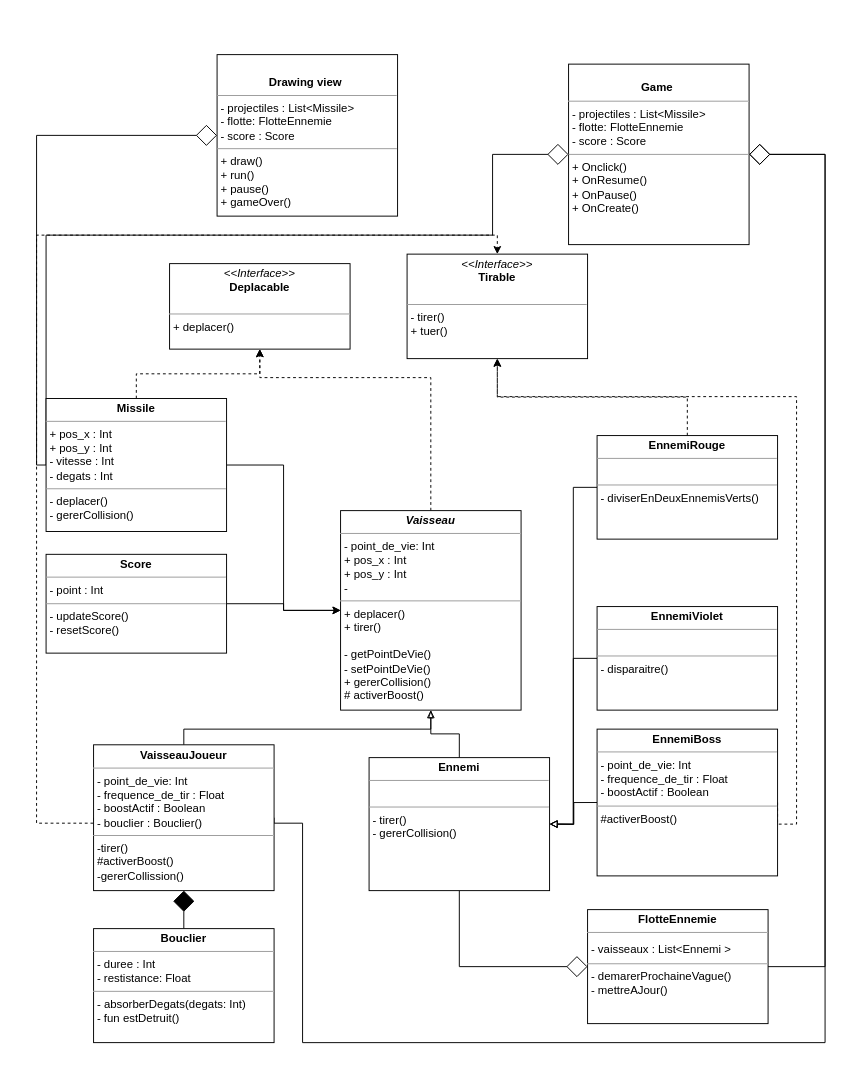
The draw.io diagram Diagramme sans nom.drawio in lwath125/INFO-H2001, before the edit. Source tidied: cells renumbered, new cells numbered last; positions are measured from the earlier drawing's top-left corner, leaving out a move shared by most shapes. Both pictures are drawn from the tidied source at 95%, with x=0, y=0 at pixel (36, 54).
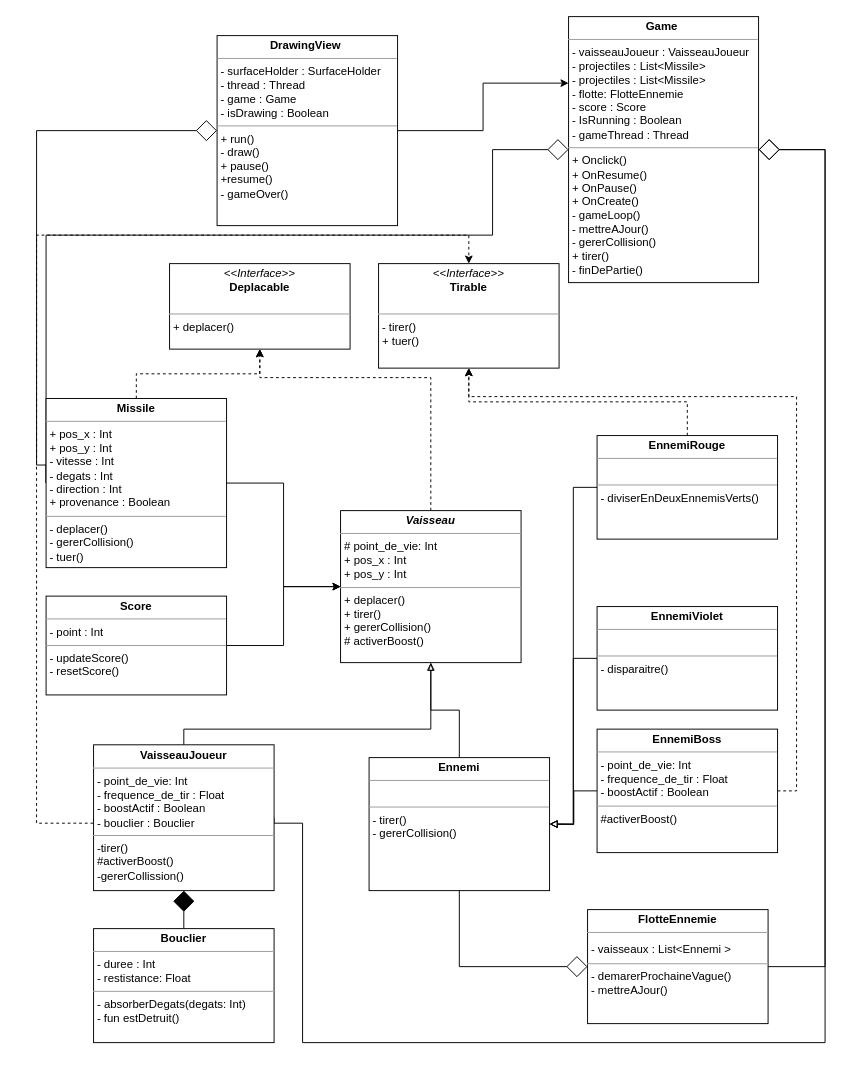
Above is the later version.

Commit message:
Mettre à jour Diagramme sans nom.drawio

The change refers to these unchanged cells:
```xml
<mxCell id="28" value="&lt;p style=&quot;margin:0px;margin-top:4px;text-align:center;&quot;&gt;&lt;b&gt;FlotteEnnemie&lt;/b&gt;&lt;/p&gt;&lt;hr size=&quot;1&quot;&gt;&lt;p style=&quot;margin:0px;margin-left:4px;&quot;&gt;- vaisseaux : List&amp;lt;Ennemi &amp;gt;&lt;span style=&quot;font-size: 12pt; text-indent: -18pt; text-wrap-mode: wrap; background-color: transparent; color: light-dark(rgb(0, 0, 0), rgb(255, 255, 255)); font-family: Symbol;&quot;&gt;&lt;span style=&quot;font-variant-numeric: normal; font-variant-east-asian: normal; font-variant-alternates: normal; font-size-adjust: none; font-kerning: auto; font-optical-sizing: auto; font-feature-settings: normal; font-variation-settings: normal; font-variant-position: normal; font-variant-emoji: normal; font-stretch: normal; font-size: 7pt; line-height: normal; font-family: &amp;quot;Times New Roman&amp;quot;;&quot;&gt;&amp;nbsp; &amp;nbsp; &amp;nbsp;&amp;nbsp;&lt;/span&gt;&lt;/span&gt;&lt;/p&gt;&lt;p style=&quot;margin: 0cm 0cm 0cm 108pt; font-size: 12pt; font-family: Aptos, sans-serif; text-wrap-mode: wrap; text-indent: -18pt;&quot; class=&quot;MsoListParagraph&quot;&gt;&lt;/p&gt;&lt;hr size=&quot;1&quot;&gt;&lt;p style=&quot;margin:0px;margin-left:4px;&quot;&gt;- demarerProchaineVague()&lt;/p&gt;&lt;p style=&quot;margin:0px;margin-left:4px;&quot;&gt;- mettreAJour()&lt;/p&gt;" style="verticalAlign=top;align=left;overflow=fill;fontSize=12;fontFamily=Helvetica;html=1;rounded=0;shadow=0;comic=0;labelBackgroundColor=none;strokeWidth=1;" parent="1" vertex="1">
  <mxGeometry x="580" y="900" width="190" height="120" as="geometry" />
</mxCell>
```

Diff of the diagram source:
```diff
@@
-    <mxCell id="6" value="&lt;p style=&quot;margin:0px;margin-top:4px;text-align:center;&quot;&gt;&lt;b&gt;&lt;i&gt;Vaisseau&lt;/i&gt;&lt;/b&gt;&lt;/p&gt;&lt;hr size=&quot;1&quot;&gt;&lt;p style=&quot;margin:0px;margin-left:4px;&quot;&gt;- point_de_vie: Int&lt;/p&gt;&lt;p style=&quot;margin:0px;margin-left:4px;&quot;&gt;+ pos_x : Int&lt;/p&gt;&lt;p style=&quot;margin:0px;margin-left:4px;&quot;&gt;+ pos_y : Int&lt;br&gt;&lt;/p&gt;&lt;p style=&quot;margin:0px;margin-left:4px;&quot;&gt;-&amp;nbsp;&lt;/p&gt;&lt;hr size=&quot;1&quot;&gt;&lt;p style=&quot;margin:0px;margin-left:4px;&quot;&gt;+ deplacer()&lt;/p&gt;&lt;p style=&quot;margin:0px;margin-left:4px;&quot;&gt;+ tirer()&lt;/p&gt;&lt;p style=&quot;margin:0px;margin-left:4px;&quot;&gt;&lt;br&gt;&lt;/p&gt;&lt;p style=&quot;margin:0px;margin-left:4px;&quot;&gt;- getPointDeVie()&lt;/p&gt;&lt;p style=&quot;margin:0px;margin-left:4px;&quot;&gt;- setPointDeVie()&lt;br&gt;+ gererCollision()&lt;/p&gt;&lt;p style=&quot;margin:0px;margin-left:4px;&quot;&gt;# activerBoost()&lt;/p&gt;" style="verticalAlign=top;align=left;overflow=fill;fontSize=12;fontFamily=Helvetica;html=1;rounded=0;shadow=0;comic=0;labelBackgroundColor=none;strokeWidth=1;" parent="1" vertex="1">
-      <mxGeometry x="320" y="480" width="190" height="210" as="geometry" />
+    <mxCell id="6" value="&lt;p style=&quot;margin:0px;margin-top:4px;text-align:center;&quot;&gt;&lt;b&gt;&lt;i&gt;Vaisseau&lt;/i&gt;&lt;/b&gt;&lt;/p&gt;&lt;hr size=&quot;1&quot;&gt;&lt;p style=&quot;margin:0px;margin-left:4px;&quot;&gt;# point_de_vie: Int&lt;/p&gt;&lt;p style=&quot;margin:0px;margin-left:4px;&quot;&gt;+ pos_x : Int&lt;/p&gt;&lt;p style=&quot;margin:0px;margin-left:4px;&quot;&gt;+ pos_y : Int&lt;/p&gt;&lt;hr size=&quot;1&quot;&gt;&lt;p style=&quot;margin:0px;margin-left:4px;&quot;&gt;+ deplacer()&lt;/p&gt;&lt;p style=&quot;margin:0px;margin-left:4px;&quot;&gt;+ tirer()&lt;/p&gt;&lt;p style=&quot;margin:0px;margin-left:4px;&quot;&gt;&lt;span style=&quot;background-color: transparent; color: light-dark(rgb(0, 0, 0), rgb(255, 255, 255));&quot;&gt;+ gererCollision()&lt;/span&gt;&lt;/p&gt;&lt;p style=&quot;margin:0px;margin-left:4px;&quot;&gt;# activerBoost()&lt;/p&gt;" style="verticalAlign=top;align=left;overflow=fill;fontSize=12;fontFamily=Helvetica;html=1;rounded=0;shadow=0;comic=0;labelBackgroundColor=none;strokeWidth=1;" parent="1" vertex="1">
+      <mxGeometry x="320" y="480" width="190" height="160" as="geometry" />
     </mxCell>
     <mxCell id="7" style="edgeStyle=orthogonalEdgeStyle;rounded=0;jettySize=auto;html=1;exitX=0;exitY=0.5;exitDx=0;exitDy=0;entryX=0.5;entryY=0;entryDx=0;entryDy=0;dashed=1;" parent="1" edge="1" source="10" target="11">
       <mxGeometry relative="1" as="geometry">
         <Array as="points">
+          <mxPoint x="60" y="809" />
           <mxPoint y="809" />
           <mxPoint y="190" />
-          <mxPoint x="485" y="190" />
+          <mxPoint x="455" y="190" />
         </Array>
       </mxGeometry>
     </mxCell>
     <mxCell id="8" style="edgeStyle=orthogonalEdgeStyle;rounded=0;jettySize=auto;html=1;exitX=1;exitY=0.5;exitDx=0;exitDy=0;entryX=1;entryY=0.5;entryDx=0;entryDy=0;endArrow=diamond;endFill=0;endSize=20;" parent="1" edge="1" source="10" target="12">
       <mxGeometry relative="1" as="geometry">
         <Array as="points">
+          <mxPoint x="250" y="809" />
           <mxPoint x="280" y="809" />
           <mxPoint x="280" y="1040" />
           <mxPoint x="830" y="1040" />
-          <mxPoint x="830" y="105" />
+          <mxPoint x="830" y="100" />
         </Array>
       </mxGeometry>
     </mxCell>
@@
-    <mxCell id="10" value="&lt;p style=&quot;margin:0px;margin-top:4px;text-align:center;&quot;&gt;&lt;b&gt;VaisseauJoueur&lt;/b&gt;&lt;/p&gt;&lt;hr size=&quot;1&quot;&gt;&lt;p style=&quot;margin:0px;margin-left:4px;&quot;&gt;- point_de_vie: Int&lt;br&gt;&lt;/p&gt;&lt;p style=&quot;margin:0px;margin-left:4px;&quot;&gt;- frequence_de_tir : Float&lt;/p&gt;&lt;p style=&quot;margin:0px;margin-left:4px;&quot;&gt;- boostActif : Boolean&lt;/p&gt;&lt;p style=&quot;margin:0px;margin-left:4px;&quot;&gt;- bouclier : Bouclier()&lt;/p&gt;&lt;hr size=&quot;1&quot;&gt;&lt;p style=&quot;margin:0px;margin-left:4px;&quot;&gt;-tirer()&lt;/p&gt;&lt;p style=&quot;margin:0px;margin-left:4px;&quot;&gt;#activerBoost()&lt;/p&gt;&lt;p style=&quot;margin:0px;margin-left:4px;&quot;&gt;-gererCollission()&lt;/p&gt;&lt;p style=&quot;margin:0px;margin-left:4px;&quot;&gt;&lt;br&gt;&lt;/p&gt;" style="verticalAlign=top;align=left;overflow=fill;fontSize=12;fontFamily=Helvetica;html=1;rounded=0;shadow=0;comic=0;labelBackgroundColor=none;strokeWidth=1;" parent="1" vertex="1">
+    <mxCell id="10" value="&lt;p style=&quot;margin:0px;margin-top:4px;text-align:center;&quot;&gt;&lt;b&gt;VaisseauJoueur&lt;/b&gt;&lt;/p&gt;&lt;hr size=&quot;1&quot;&gt;&lt;p style=&quot;margin:0px;margin-left:4px;&quot;&gt;- point_de_vie: Int&lt;br&gt;&lt;/p&gt;&lt;p style=&quot;margin:0px;margin-left:4px;&quot;&gt;- frequence_de_tir : Float&lt;/p&gt;&lt;p style=&quot;margin:0px;margin-left:4px;&quot;&gt;- boostActif : Boolean&lt;/p&gt;&lt;p style=&quot;margin:0px;margin-left:4px;&quot;&gt;- bouclier : Bouclier&lt;/p&gt;&lt;hr size=&quot;1&quot;&gt;&lt;p style=&quot;margin:0px;margin-left:4px;&quot;&gt;-tirer()&lt;/p&gt;&lt;p style=&quot;margin:0px;margin-left:4px;&quot;&gt;#activerBoost()&lt;/p&gt;&lt;p style=&quot;margin:0px;margin-left:4px;&quot;&gt;-gererCollission()&lt;/p&gt;&lt;p style=&quot;margin:0px;margin-left:4px;&quot;&gt;&lt;br&gt;&lt;/p&gt;" style="verticalAlign=top;align=left;overflow=fill;fontSize=12;fontFamily=Helvetica;html=1;rounded=0;shadow=0;comic=0;labelBackgroundColor=none;strokeWidth=1;" parent="1" vertex="1">
       <mxGeometry x="60" y="726.5" width="190" height="153.5" as="geometry" />
     </mxCell>
     <mxCell id="11" value="&lt;p style=&quot;margin:0px;margin-top:4px;text-align:center;&quot;&gt;&lt;i&gt;&amp;lt;&amp;lt;Interface&amp;gt;&amp;gt;&lt;/i&gt;&lt;br&gt;&lt;b&gt;Tirable&lt;/b&gt;&lt;/p&gt;&lt;p style=&quot;margin:0px;margin-left:4px;&quot;&gt;&lt;br&gt;&lt;/p&gt;&lt;hr size=&quot;1&quot;&gt;&lt;p style=&quot;margin:0px;margin-left:4px;&quot;&gt;- tirer()&lt;br&gt;+ tuer()&lt;/p&gt;" style="verticalAlign=top;align=left;overflow=fill;fontSize=12;fontFamily=Helvetica;html=1;rounded=0;shadow=0;comic=0;labelBackgroundColor=none;strokeWidth=1;" parent="1" vertex="1">
-      <mxGeometry x="390" y="210" width="190" height="110" as="geometry" />
+      <mxGeometry x="360" y="220" width="190" height="110" as="geometry" />
     </mxCell>
-    <mxCell id="12" value="&lt;p style=&quot;margin:0px;margin-top:4px;text-align:center;&quot;&gt;&lt;br&gt;&lt;b&gt;Game&amp;nbsp;&lt;/b&gt;&lt;/p&gt;&lt;hr size=&quot;1&quot;&gt;&lt;p style=&quot;margin:0px;margin-left:4px;&quot;&gt;- projectiles : List&amp;lt;Missile&amp;gt;&lt;br&gt;- flotte: FlotteEnnemie&lt;/p&gt;&lt;p style=&quot;margin:0px;margin-left:4px;&quot;&gt;- score : Score&lt;/p&gt;&lt;hr size=&quot;1&quot;&gt;&lt;p style=&quot;margin:0px;margin-left:4px;&quot;&gt;+ Onclick()&lt;/p&gt;&lt;p style=&quot;margin:0px;margin-left:4px;&quot;&gt;+ OnResume()&lt;/p&gt;&lt;p style=&quot;margin:0px;margin-left:4px;&quot;&gt;+ OnPause()&lt;/p&gt;&lt;p style=&quot;margin:0px;margin-left:4px;&quot;&gt;+ OnCreate()&lt;/p&gt;" style="verticalAlign=top;align=left;overflow=fill;fontSize=12;fontFamily=Helvetica;html=1;rounded=0;shadow=0;comic=0;labelBackgroundColor=none;strokeWidth=1;" parent="1" vertex="1">
-      <mxGeometry x="560" y="10" width="190" height="190" as="geometry" />
+    <mxCell id="12" value="&lt;p style=&quot;margin:0px;margin-top:4px;text-align:center;&quot;&gt;&lt;b&gt;Game&amp;nbsp;&lt;/b&gt;&lt;/p&gt;&lt;hr size=&quot;1&quot;&gt;&lt;p style=&quot;margin:0px;margin-left:4px;&quot;&gt;- vaisseauJoueur : VaisseauJoueur&lt;/p&gt;&lt;p style=&quot;margin:0px;margin-left:4px;&quot;&gt;- projectiles : List&amp;lt;Missile&amp;gt;&lt;/p&gt;&lt;p style=&quot;margin:0px;margin-left:4px;&quot;&gt;- projectiles : List&amp;lt;Missile&amp;gt;&lt;br&gt;- flotte: FlotteEnnemie&lt;/p&gt;&lt;p style=&quot;margin:0px;margin-left:4px;&quot;&gt;- score : Score&lt;/p&gt;&lt;p style=&quot;margin:0px;margin-left:4px;&quot;&gt;- IsRunning : Boolean&lt;/p&gt;&lt;p style=&quot;margin:0px;margin-left:4px;&quot;&gt;- gameThread : Thread&lt;/p&gt;&lt;hr size=&quot;1&quot;&gt;&lt;p style=&quot;margin:0px;margin-left:4px;&quot;&gt;+ Onclick()&lt;/p&gt;&lt;p style=&quot;margin:0px;margin-left:4px;&quot;&gt;+ OnResume()&lt;/p&gt;&lt;p style=&quot;margin:0px;margin-left:4px;&quot;&gt;+ OnPause()&lt;/p&gt;&lt;p style=&quot;margin:0px;margin-left:4px;&quot;&gt;+ OnCreate()&lt;/p&gt;&lt;p style=&quot;margin:0px;margin-left:4px;&quot;&gt;- gameLoop()&lt;/p&gt;&lt;p style=&quot;margin:0px;margin-left:4px;&quot;&gt;- mettreAJour()&lt;/p&gt;&lt;p style=&quot;margin:0px;margin-left:4px;&quot;&gt;- gererCollision()&lt;/p&gt;&lt;p style=&quot;margin:0px;margin-left:4px;&quot;&gt;+ tirer()&lt;/p&gt;&lt;p style=&quot;margin:0px;margin-left:4px;&quot;&gt;- finDePartie()&lt;/p&gt;" style="verticalAlign=top;align=left;overflow=fill;fontSize=12;fontFamily=Helvetica;html=1;rounded=0;shadow=0;comic=0;labelBackgroundColor=none;strokeWidth=1;" parent="1" vertex="1">
+      <mxGeometry x="560" y="-40" width="200" height="280" as="geometry" />
     </mxCell>
@@
     <mxCell id="16" style="edgeStyle=orthogonalEdgeStyle;rounded=0;jettySize=auto;html=1;exitX=0;exitY=0.5;exitDx=0;exitDy=0;entryX=0;entryY=0.5;entryDx=0;entryDy=0;endArrow=diamond;endFill=0;endSize=20;" parent="1" edge="1" source="18" target="33">
       <mxGeometry relative="1" as="geometry">
         <Array as="points">
+          <mxPoint x="10" y="432" />
           <mxPoint y="432" />
-          <mxPoint y="85" />
+          <mxPoint y="80" />
         </Array>
       </mxGeometry>
     </mxCell>
     <mxCell id="17" style="edgeStyle=orthogonalEdgeStyle;rounded=0;jettySize=auto;html=1;exitX=0;exitY=0.5;exitDx=0;exitDy=0;entryX=0;entryY=0.5;entryDx=0;entryDy=0;endArrow=diamond;endFill=0;endSize=20;" parent="1" edge="1" source="18" target="12">
       <mxGeometry relative="1" as="geometry">
         <Array as="points">
           <mxPoint x="10" y="190" />
           <mxPoint x="480" y="190" />
-          <mxPoint x="480" y="105" />
+          <mxPoint x="480" y="100" />
         </Array>
       </mxGeometry>
     </mxCell>
-    <mxCell id="18" value="&lt;p style=&quot;margin:0px;margin-top:4px;text-align:center;&quot;&gt;&lt;b&gt;Missile&lt;/b&gt;&lt;/p&gt;&lt;hr size=&quot;1&quot;&gt;&lt;p style=&quot;margin:0px;margin-left:4px;&quot;&gt;+ pos_x : Int&lt;br&gt;&lt;/p&gt;&lt;p style=&quot;margin:0px;margin-left:4px;&quot;&gt;+ pos_y : Int&lt;/p&gt;&lt;p style=&quot;margin:0px;margin-left:4px;&quot;&gt;- vitesse : Int&lt;/p&gt;&lt;p style=&quot;margin:0px;margin-left:4px;&quot;&gt;- degats : Int&lt;/p&gt;&lt;hr size=&quot;1&quot;&gt;&lt;p style=&quot;margin:0px;margin-left:4px;&quot;&gt;- deplacer()&lt;/p&gt;&lt;p style=&quot;margin:0px;margin-left:4px;&quot;&gt;- gererCollision()&lt;/p&gt;&lt;p style=&quot;margin:0px;margin-left:4px;&quot;&gt;&lt;br&gt;&lt;/p&gt;" style="verticalAlign=top;align=left;overflow=fill;fontSize=12;fontFamily=Helvetica;html=1;rounded=0;shadow=0;comic=0;labelBackgroundColor=none;strokeWidth=1;" parent="1" vertex="1">
-      <mxGeometry x="10" y="362" width="190" height="140" as="geometry" />
+    <mxCell id="18" value="&lt;p style=&quot;margin:0px;margin-top:4px;text-align:center;&quot;&gt;&lt;b&gt;Missile&lt;/b&gt;&lt;/p&gt;&lt;hr size=&quot;1&quot;&gt;&lt;p style=&quot;margin:0px;margin-left:4px;&quot;&gt;+ pos_x : Int&lt;br&gt;&lt;/p&gt;&lt;p style=&quot;margin:0px;margin-left:4px;&quot;&gt;+ pos_y : Int&lt;/p&gt;&lt;p style=&quot;margin:0px;margin-left:4px;&quot;&gt;- vitesse : Int&lt;/p&gt;&lt;p style=&quot;margin:0px;margin-left:4px;&quot;&gt;- degats : Int&lt;/p&gt;&lt;p style=&quot;margin:0px;margin-left:4px;&quot;&gt;- direction : Int&lt;/p&gt;&lt;p style=&quot;margin:0px;margin-left:4px;&quot;&gt;+ provenance : Boolean&lt;/p&gt;&lt;hr size=&quot;1&quot;&gt;&lt;p style=&quot;margin:0px;margin-left:4px;&quot;&gt;- deplacer()&lt;/p&gt;&lt;p style=&quot;margin:0px;margin-left:4px;&quot;&gt;- gererCollision()&lt;/p&gt;&lt;p style=&quot;margin:0px;margin-left:4px;&quot;&gt;- tuer()&lt;/p&gt;&lt;p style=&quot;margin:0px;margin-left:4px;&quot;&gt;&lt;br&gt;&lt;/p&gt;&lt;p style=&quot;margin:0px;margin-left:4px;&quot;&gt;&lt;br&gt;&lt;/p&gt;" style="verticalAlign=top;align=left;overflow=fill;fontSize=12;fontFamily=Helvetica;html=1;rounded=0;shadow=0;comic=0;labelBackgroundColor=none;strokeWidth=1;" parent="1" vertex="1">
+      <mxGeometry x="10" y="362" width="190" height="178" as="geometry" />
     </mxCell>
@@
-    <mxCell id="25" style="edgeStyle=orthogonalEdgeStyle;rounded=0;jettySize=auto;html=1;exitX=1;exitY=0.5;exitDx=0;exitDy=0;dashed=1;" parent="1" edge="1" source="26" target="11">
+    <mxCell id="25" style="edgeStyle=orthogonalEdgeStyle;rounded=0;jettySize=auto;html=1;exitX=1;exitY=0.5;exitDx=0;exitDy=0;dashed=1;entryX=0.5;entryY=1;entryDx=0;entryDy=0;" parent="1" edge="1" source="26" target="11">
       <mxGeometry relative="1" as="geometry">
         <Array as="points">
-          <mxPoint x="800" y="810" />
+          <mxPoint x="800" y="775" />
           <mxPoint x="800" y="360" />
-          <mxPoint x="485" y="360" />
+          <mxPoint x="455" y="360" />
         </Array>
       </mxGeometry>
     </mxCell>
     <mxCell id="26" value="&lt;p style=&quot;margin:0px;margin-top:4px;text-align:center;&quot;&gt;&lt;b&gt;EnnemiBoss&lt;/b&gt;&lt;/p&gt;&lt;hr size=&quot;1&quot;&gt;&lt;p style=&quot;margin:0px;margin-left:4px;&quot;&gt;- point_de_vie: Int&lt;/p&gt;&lt;p style=&quot;margin:0px;margin-left:4px;&quot;&gt;- frequence_de_tir : Float&lt;/p&gt;&lt;p style=&quot;margin:0px;margin-left:4px;&quot;&gt;- boostActif : Boolean&lt;/p&gt;&lt;hr size=&quot;1&quot;&gt;&lt;p style=&quot;margin:0px;margin-left:4px;&quot;&gt;#activerBoost()&lt;/p&gt;&lt;p style=&quot;margin:0px;margin-left:4px;&quot;&gt;&lt;br&gt;&lt;br&gt;&lt;/p&gt;" style="verticalAlign=top;align=left;overflow=fill;fontSize=12;fontFamily=Helvetica;html=1;rounded=0;shadow=0;comic=0;labelBackgroundColor=none;strokeWidth=1;" parent="1" vertex="1">
-      <mxGeometry x="590" y="710" width="190" height="154.5" as="geometry" />
+      <mxGeometry x="590" y="710" width="190" height="130" as="geometry" />
     </mxCell>
     <mxCell id="27" style="edgeStyle=orthogonalEdgeStyle;rounded=0;jettySize=auto;html=1;exitX=1;exitY=0.5;exitDx=0;exitDy=0;entryX=1;entryY=0.5;entryDx=0;entryDy=0;endArrow=diamond;endFill=0;endSize=20;" parent="1" edge="1" source="28" target="12">
       <mxGeometry relative="1" as="geometry">
         <Array as="points">
           <mxPoint x="830" y="960" />
-          <mxPoint x="830" y="105" />
+          <mxPoint x="830" y="100" />
         </Array>
       </mxGeometry>
     </mxCell>
@@
     <mxCell id="30" value="&lt;p style=&quot;margin:0px;margin-top:4px;text-align:center;&quot;&gt;&lt;b&gt;Score&lt;/b&gt;&lt;/p&gt;&lt;hr size=&quot;1&quot;&gt;&lt;p style=&quot;margin:0px;margin-left:4px;&quot;&gt;- point : Int&lt;/p&gt;&lt;hr size=&quot;1&quot;&gt;&lt;p style=&quot;margin:0px;margin-left:4px;&quot;&gt;- updateScore()&lt;/p&gt;&lt;p style=&quot;margin:0px;margin-left:4px;&quot;&gt;- resetScore()&lt;/p&gt;" style="verticalAlign=top;align=left;overflow=fill;fontSize=12;fontFamily=Helvetica;html=1;rounded=0;shadow=0;comic=0;labelBackgroundColor=none;strokeWidth=1;" parent="1" vertex="1">
-      <mxGeometry x="10" y="526" width="190" height="104" as="geometry" />
+      <mxGeometry x="10" y="570" width="190" height="104" as="geometry" />
     </mxCell>
@@
+    <mxCell id="35" style="edgeStyle=orthogonalEdgeStyle;rounded=0;jettySize=auto;html=1;exitX=1;exitY=0.5;exitDx=0;exitDy=0;entryX=0;entryY=0.25;entryDx=0;entryDy=0;" parent="1" edge="1" source="33" target="12">
+      <mxGeometry relative="1" as="geometry" />
+    </mxCell>
-    <mxCell id="33" value="&lt;p style=&quot;margin:0px;margin-top:4px;text-align:center;&quot;&gt;&lt;b&gt;&lt;br&gt;&lt;/b&gt;&lt;/p&gt;&lt;p style=&quot;margin:0px;margin-top:4px;text-align:center;&quot;&gt;&lt;b&gt;Drawing view&amp;nbsp;&lt;/b&gt;&lt;/p&gt;&lt;hr size=&quot;1&quot;&gt;&lt;p style=&quot;margin:0px;margin-left:4px;&quot;&gt;&lt;span style=&quot;background-color: transparent; color: light-dark(rgb(0, 0, 0), rgb(255, 255, 255));&quot;&gt;- projectiles : List&amp;lt;Missile&amp;gt;&lt;/span&gt;&lt;/p&gt;&lt;p style=&quot;margin: 0px 0px 0px 4px;&quot;&gt;- flotte: FlotteEnnemie&lt;/p&gt;&lt;p style=&quot;margin: 0px 0px 0px 4px;&quot;&gt;- score : Score&lt;/p&gt;&lt;hr size=&quot;1&quot;&gt;&lt;p style=&quot;margin:0px;margin-left:4px;&quot;&gt;+ draw()&lt;/p&gt;&lt;p style=&quot;margin:0px;margin-left:4px;&quot;&gt;+ run()&lt;/p&gt;&lt;p style=&quot;margin:0px;margin-left:4px;&quot;&gt;+ pause()&lt;/p&gt;&lt;p style=&quot;margin:0px;margin-left:4px;&quot;&gt;+ gameOver()&lt;/p&gt;" style="verticalAlign=top;align=left;overflow=fill;fontSize=12;fontFamily=Helvetica;html=1;rounded=0;shadow=0;comic=0;labelBackgroundColor=none;strokeWidth=1;" parent="1" vertex="1">
-      <mxGeometry x="190" width="190" height="170" as="geometry" />
+    <mxCell id="33" value="&lt;p style=&quot;margin:0px;margin-top:4px;text-align:center;&quot;&gt;&lt;b style=&quot;background-color: transparent; color: light-dark(rgb(0, 0, 0), rgb(255, 255, 255));&quot;&gt;DrawingView&amp;nbsp;&lt;/b&gt;&lt;/p&gt;&lt;hr size=&quot;1&quot;&gt;&lt;p style=&quot;margin:0px;margin-left:4px;&quot;&gt;- surfaceHolder : SurfaceHolder&amp;nbsp;&lt;/p&gt;&lt;p style=&quot;margin:0px;margin-left:4px;&quot;&gt;- thread : Thread&lt;/p&gt;&lt;p style=&quot;margin:0px;margin-left:4px;&quot;&gt;- game : Game&lt;/p&gt;&lt;p style=&quot;margin:0px;margin-left:4px;&quot;&gt;- isDrawing : Boolean&lt;/p&gt;&lt;hr size=&quot;1&quot;&gt;&lt;p style=&quot;margin:0px;margin-left:4px;&quot;&gt;+ run()&lt;/p&gt;&lt;p style=&quot;margin:0px;margin-left:4px;&quot;&gt;- draw()&lt;/p&gt;&lt;p style=&quot;margin:0px;margin-left:4px;&quot;&gt;+ pause()&lt;/p&gt;&lt;p style=&quot;margin:0px;margin-left:4px;&quot;&gt;+resume()&lt;/p&gt;&lt;p style=&quot;margin:0px;margin-left:4px;&quot;&gt;- gameOver()&lt;/p&gt;" style="verticalAlign=top;align=left;overflow=fill;fontSize=12;fontFamily=Helvetica;html=1;rounded=0;shadow=0;comic=0;labelBackgroundColor=none;strokeWidth=1;" parent="1" vertex="1">
+      <mxGeometry x="190" y="-20" width="190" height="200" as="geometry" />
     </mxCell>
```
